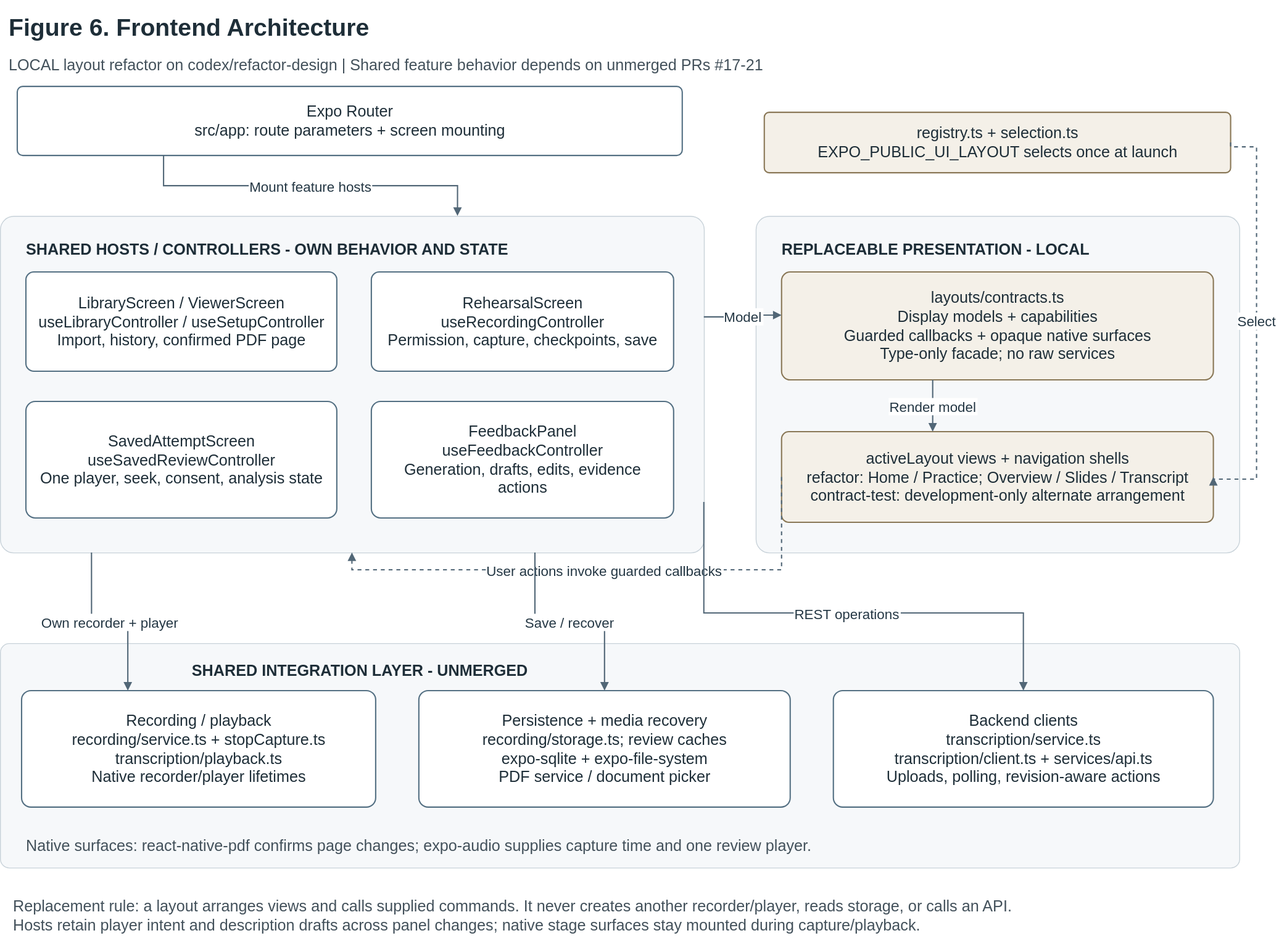
This is assets/outloud-design/figure-6-frontend.svg from snuhcs-course/swpp-2026-project-team-07, a draw.io export, as it was before one commit. Source tidied: cells renumbered, new cells last; positions are measured from the earlier drawing's top-left corner, leaving out a move shared by most shapes. Its diagram source:
```xml
<mxGraphModel>
  <root>
    <mxCell id="0" />
    <mxCell id="1" parent="0" />
    <mxCell id="2" value="Figure 6. Frontend Architecture" style="html=0;whiteSpace=wrap;fontFamily=Arial;fontSize=18;fontColor=#1e2e38;spacing=10;text;strokeColor=none;fillColor=none;align=left;fontStyle=1;fontSize=28;" parent="1" vertex="1">
      <mxGeometry width="1300" height="45" as="geometry" />
    </mxCell>
    <mxCell id="3" value="LOCAL layout refactor on codex/refactor-design | Shared feature behavior depends on unmerged PRs #17-21" style="html=0;whiteSpace=wrap;fontFamily=Arial;fontSize=18;fontColor=#1e2e38;spacing=10;text;strokeColor=none;fillColor=none;align=left;verticalAlign=top;fontColor=#43515b;" parent="1" vertex="1">
      <mxGeometry y="50" width="1440" height="35" as="geometry" />
    </mxCell>
    <mxCell id="4" value="Expo Router&#10;src/app: route parameters + screen mounting" style="html=0;whiteSpace=wrap;fontFamily=Arial;fontSize=18;fontColor=#1e2e38;spacing=10;rounded=1;arcSize=8;fillColor=#ffffff;strokeColor=#547083;strokeWidth=1.5;" parent="1" vertex="1">
      <mxGeometry x="20" y="100" width="770" height="80" as="geometry" />
    </mxCell>
    <mxCell id="5" value="SHARED HOSTS / CONTROLLERS - OWN BEHAVIOR AND STATE" style="html=0;whiteSpace=wrap;fontFamily=Arial;fontSize=18;fontColor=#1e2e38;spacing=10;rounded=1;arcSize=4;fillColor=#f6f8fa;strokeColor=#c8d2d9;strokeWidth=1;verticalAlign=top;align=left;spacingLeft=20;spacingTop=14;fontStyle=1;" parent="1" vertex="1">
      <mxGeometry y="250" width="815" height="390" as="geometry" />
    </mxCell>
    <mxCell id="6" value="LibraryScreen / ViewerScreen&#10;useLibraryController / useSetupController&#10;Import, history, confirmed PDF page" style="html=0;whiteSpace=wrap;fontFamily=Arial;fontSize=18;fontColor=#1e2e38;spacing=10;rounded=1;arcSize=8;fillColor=#ffffff;strokeColor=#547083;strokeWidth=1.5;" parent="1" vertex="1">
      <mxGeometry x="30" y="315" width="360" height="115" as="geometry" />
    </mxCell>
    <mxCell id="7" value="RehearsalScreen&#10;useRecordingController&#10;Permission, capture, checkpoints, save" style="html=0;whiteSpace=wrap;fontFamily=Arial;fontSize=18;fontColor=#1e2e38;spacing=10;rounded=1;arcSize=8;fillColor=#ffffff;strokeColor=#547083;strokeWidth=1.5;" parent="1" vertex="1">
      <mxGeometry x="430" y="315" width="350" height="115" as="geometry" />
    </mxCell>
    <mxCell id="8" value="SavedAttemptScreen&#10;useSavedReviewController&#10;One player, seek, consent, analysis state" style="html=0;whiteSpace=wrap;fontFamily=Arial;fontSize=18;fontColor=#1e2e38;spacing=10;rounded=1;arcSize=8;fillColor=#ffffff;strokeColor=#547083;strokeWidth=1.5;" parent="1" vertex="1">
      <mxGeometry x="30" y="465" width="360" height="135" as="geometry" />
    </mxCell>
    <mxCell id="9" value="FeedbackPanel&#10;useFeedbackController&#10;Generation, drafts, edits, evidence actions" style="html=0;whiteSpace=wrap;fontFamily=Arial;fontSize=18;fontColor=#1e2e38;spacing=10;rounded=1;arcSize=8;fillColor=#ffffff;strokeColor=#547083;strokeWidth=1.5;" parent="1" vertex="1">
      <mxGeometry x="430" y="465" width="350" height="135" as="geometry" />
    </mxCell>
    <mxCell id="10" value="REPLACEABLE PRESENTATION - LOCAL" style="html=0;whiteSpace=wrap;fontFamily=Arial;fontSize=18;fontColor=#1e2e38;spacing=10;rounded=1;arcSize=4;fillColor=#f6f8fa;strokeColor=#c8d2d9;strokeWidth=1;verticalAlign=top;align=left;spacingLeft=20;spacingTop=14;fontStyle=1;" parent="1" vertex="1">
      <mxGeometry x="875" y="250" width="560" height="390" as="geometry" />
    </mxCell>
    <mxCell id="11" value="layouts/contracts.ts&#10;Display models + capabilities&#10;Guarded callbacks + opaque native surfaces&#10;Type-only facade; no raw services" style="html=0;whiteSpace=wrap;fontFamily=Arial;fontSize=18;fontColor=#1e2e38;spacing=10;rounded=1;arcSize=8;fillColor=#f4f0e8;strokeColor=#8a7857;strokeWidth=1.5;" parent="1" vertex="1">
      <mxGeometry x="905" y="315" width="500" height="125" as="geometry" />
    </mxCell>
    <mxCell id="12" value="activeLayout views + navigation shells&#10;refactor: Home / Practice; Overview / Slides / Transcript&#10;contract-test: development-only alternate arrangement" style="html=0;whiteSpace=wrap;fontFamily=Arial;fontSize=18;fontColor=#1e2e38;spacing=10;rounded=1;arcSize=8;fillColor=#f4f0e8;strokeColor=#8a7857;strokeWidth=1.5;" parent="1" vertex="1">
      <mxGeometry x="905" y="500" width="500" height="105" as="geometry" />
    </mxCell>
    <mxCell id="13" value="registry.ts + selection.ts&#10;EXPO_PUBLIC_UI_LAYOUT selects once at launch" style="html=0;whiteSpace=wrap;fontFamily=Arial;fontSize=18;fontColor=#1e2e38;spacing=10;rounded=1;arcSize=8;fillColor=#f4f0e8;strokeColor=#8a7857;strokeWidth=1.5;" parent="1" vertex="1">
      <mxGeometry x="885" y="130" width="540" height="70" as="geometry" />
    </mxCell>
    <mxCell id="14" style="html=0;whiteSpace=wrap;fontFamily=Arial;fontSize=18;fontColor=#1e2e38;spacing=10;rounded=1;arcSize=4;fillColor=#f6f8fa;strokeColor=#c8d2d9;strokeWidth=1;verticalAlign=top;align=left;spacingLeft=20;spacingTop=14;fontStyle=1;" parent="1" vertex="1">
      <mxGeometry y="745" width="1435" height="260" as="geometry" />
    </mxCell>
    <mxCell id="15" value="Recording / playback&#10;recording/service.ts + stopCapture.ts&#10;transcription/playback.ts&#10;Native recorder/player lifetimes" style="html=0;whiteSpace=wrap;fontFamily=Arial;fontSize=18;fontColor=#1e2e38;spacing=10;rounded=1;arcSize=8;fillColor=#ffffff;strokeColor=#547083;strokeWidth=1.5;" parent="1" vertex="1">
      <mxGeometry x="25" y="800" width="410" height="135" as="geometry" />
    </mxCell>
    <mxCell id="16" value="Persistence + media recovery&#10;recording/storage.ts; review caches&#10;expo-sqlite + expo-file-system&#10;PDF service / document picker" style="html=0;whiteSpace=wrap;fontFamily=Arial;fontSize=18;fontColor=#1e2e38;spacing=10;rounded=1;arcSize=8;fillColor=#ffffff;strokeColor=#547083;strokeWidth=1.5;" parent="1" vertex="1">
      <mxGeometry x="485" y="800" width="430" height="135" as="geometry" />
    </mxCell>
    <mxCell id="17" value="Backend clients&#10;transcription/service.ts&#10;transcription/client.ts + services/api.ts&#10;Uploads, polling, revision-aware actions" style="html=0;whiteSpace=wrap;fontFamily=Arial;fontSize=18;fontColor=#1e2e38;spacing=10;rounded=1;arcSize=8;fillColor=#ffffff;strokeColor=#547083;strokeWidth=1.5;" parent="1" vertex="1">
      <mxGeometry x="965" y="800" width="440" height="135" as="geometry" />
    </mxCell>
    <mxCell id="18" value="Native surfaces: react-native-pdf confirms page changes; expo-audio supplies capture time and one review player." style="html=0;whiteSpace=wrap;fontFamily=Arial;fontSize=18;fontColor=#1e2e38;spacing=10;text;strokeColor=none;fillColor=none;align=left;verticalAlign=top;fontColor=#43515b;" parent="1" vertex="1">
      <mxGeometry x="20" y="955" width="1370" height="35" as="geometry" />
    </mxCell>
    <mxCell id="19" value="Mount feature hosts" style="edgeStyle=orthogonalEdgeStyle;rounded=0;jettySize=auto;html=0;endArrow=block;endFill=1;strokeColor=#526777;strokeWidth=1.5;fontFamily=Arial;fontSize=16;fontColor=#243744;labelBackgroundColor=#ffffff;entryX=0.65;entryY=0;entryDx=0;entryDy=0;exitX=0.22;exitY=1;exitDx=0;exitDy=0;" parent="1" edge="1" source="4" target="5">
      <mxGeometry relative="1" as="geometry" />
    </mxCell>
    <mxCell id="20" value="Select" style="edgeStyle=orthogonalEdgeStyle;rounded=0;jettySize=auto;html=0;endArrow=block;endFill=1;strokeColor=#526777;strokeWidth=1.5;fontFamily=Arial;fontSize=16;fontColor=#243744;labelBackgroundColor=#ffffff;entryX=1;entryY=0.5;entryDx=0;entryDy=0;exitX=1;exitY=0.5;exitDx=0;exitDy=0;dashed=1;" parent="1" edge="1" source="13" target="12">
      <mxGeometry relative="1" as="geometry">
        <Array as="points">
          <mxPoint x="1455" y="170" />
          <mxPoint x="1455" y="555" />
        </Array>
      </mxGeometry>
    </mxCell>
    <mxCell id="21" value="Model" style="edgeStyle=orthogonalEdgeStyle;rounded=0;jettySize=auto;html=0;endArrow=block;endFill=1;strokeColor=#526777;strokeWidth=1.5;fontFamily=Arial;fontSize=16;fontColor=#243744;labelBackgroundColor=#ffffff;entryX=0;entryY=0.4;entryDx=0;entryDy=0;exitX=1;exitY=0.3;exitDx=0;exitDy=0;" parent="1" edge="1" source="5" target="11">
      <mxGeometry relative="1" as="geometry" />
    </mxCell>
    <mxCell id="22" value="Render model" style="edgeStyle=orthogonalEdgeStyle;rounded=0;jettySize=auto;html=0;endArrow=block;endFill=1;strokeColor=#526777;strokeWidth=1.5;fontFamily=Arial;fontSize=16;fontColor=#243744;labelBackgroundColor=#ffffff;entryX=0.35;entryY=0;entryDx=0;entryDy=0;exitX=0.35;exitY=1;exitDx=0;exitDy=0;" parent="1" edge="1" source="11" target="12">
      <mxGeometry relative="1" as="geometry" />
    </mxCell>
    <mxCell id="23" value="User actions invoke guarded callbacks" style="edgeStyle=orthogonalEdgeStyle;rounded=0;jettySize=auto;html=0;endArrow=block;endFill=1;strokeColor=#526777;strokeWidth=1.5;fontFamily=Arial;fontSize=16;fontColor=#243744;labelBackgroundColor=#ffffff;entryX=0.5;entryY=1;entryDx=0;entryDy=0;exitX=0;exitY=0.5;exitDx=0;exitDy=0;dashed=1;" parent="1" edge="1" source="12" target="5">
      <mxGeometry relative="1" as="geometry">
        <Array as="points">
          <mxPoint x="845" y="660" />
          <mxPoint x="395" y="660" />
        </Array>
      </mxGeometry>
    </mxCell>
    <mxCell id="24" value="Own recorder + player" style="edgeStyle=orthogonalEdgeStyle;rounded=0;jettySize=auto;html=0;endArrow=block;endFill=1;strokeColor=#526777;strokeWidth=1.5;fontFamily=Arial;fontSize=16;fontColor=#243744;labelBackgroundColor=#ffffff;entryX=0.3;entryY=0;entryDx=0;entryDy=0;exitX=0.13;exitY=1;exitDx=0;exitDy=0;" parent="1" edge="1" source="5" target="15">
      <mxGeometry relative="1" as="geometry" />
    </mxCell>
    <mxCell id="25" value="Save / recover" style="edgeStyle=orthogonalEdgeStyle;rounded=0;jettySize=auto;html=0;endArrow=block;endFill=1;strokeColor=#526777;strokeWidth=1.5;fontFamily=Arial;fontSize=16;fontColor=#243744;labelBackgroundColor=#ffffff;entryX=0.5;entryY=0;entryDx=0;entryDy=0;exitX=0.76;exitY=1;exitDx=0;exitDy=0;" parent="1" edge="1" source="5" target="16">
      <mxGeometry relative="1" as="geometry" />
    </mxCell>
    <mxCell id="26" value="REST operations" style="edgeStyle=orthogonalEdgeStyle;rounded=0;jettySize=auto;html=0;endArrow=block;endFill=1;strokeColor=#526777;strokeWidth=1.5;fontFamily=Arial;fontSize=16;fontColor=#243744;labelBackgroundColor=#ffffff;entryX=0.5;entryY=0;entryDx=0;entryDy=0;exitX=1;exitY=0.85;exitDx=0;exitDy=0;" parent="1" edge="1" source="5" target="17">
      <mxGeometry relative="1" as="geometry">
        <Array as="points">
          <mxPoint x="835" y="710" />
          <mxPoint x="1180" y="710" />
        </Array>
      </mxGeometry>
    </mxCell>
    <mxCell id="27" value="Replacement rule: a layout arranges views and calls supplied commands. It never creates another recorder/player, reads storage, or calls an API.&#10;Hosts retain player intent and description drafts across panel changes; native stage surfaces stay mounted during capture/playback." style="html=0;whiteSpace=wrap;fontFamily=Arial;fontSize=18;fontColor=#1e2e38;spacing=10;text;strokeColor=none;fillColor=none;align=left;verticalAlign=top;fontColor=#43515b;" parent="1" vertex="1">
      <mxGeometry x="5" y="1025" width="1430" height="65" as="geometry" />
    </mxCell>
    <mxCell id="28" value="SHARED INTEGRATION LAYER - UNMERGED" style="html=0;whiteSpace=wrap;fontFamily=Arial;fontSize=18;fontColor=#1e2e38;fontStyle=1;align=left;text;strokeColor=none;fillColor=none;" parent="1" vertex="1">
      <mxGeometry x="220" y="760" width="430" height="32" as="geometry" />
    </mxCell>
  </root>
</mxGraphModel>
```
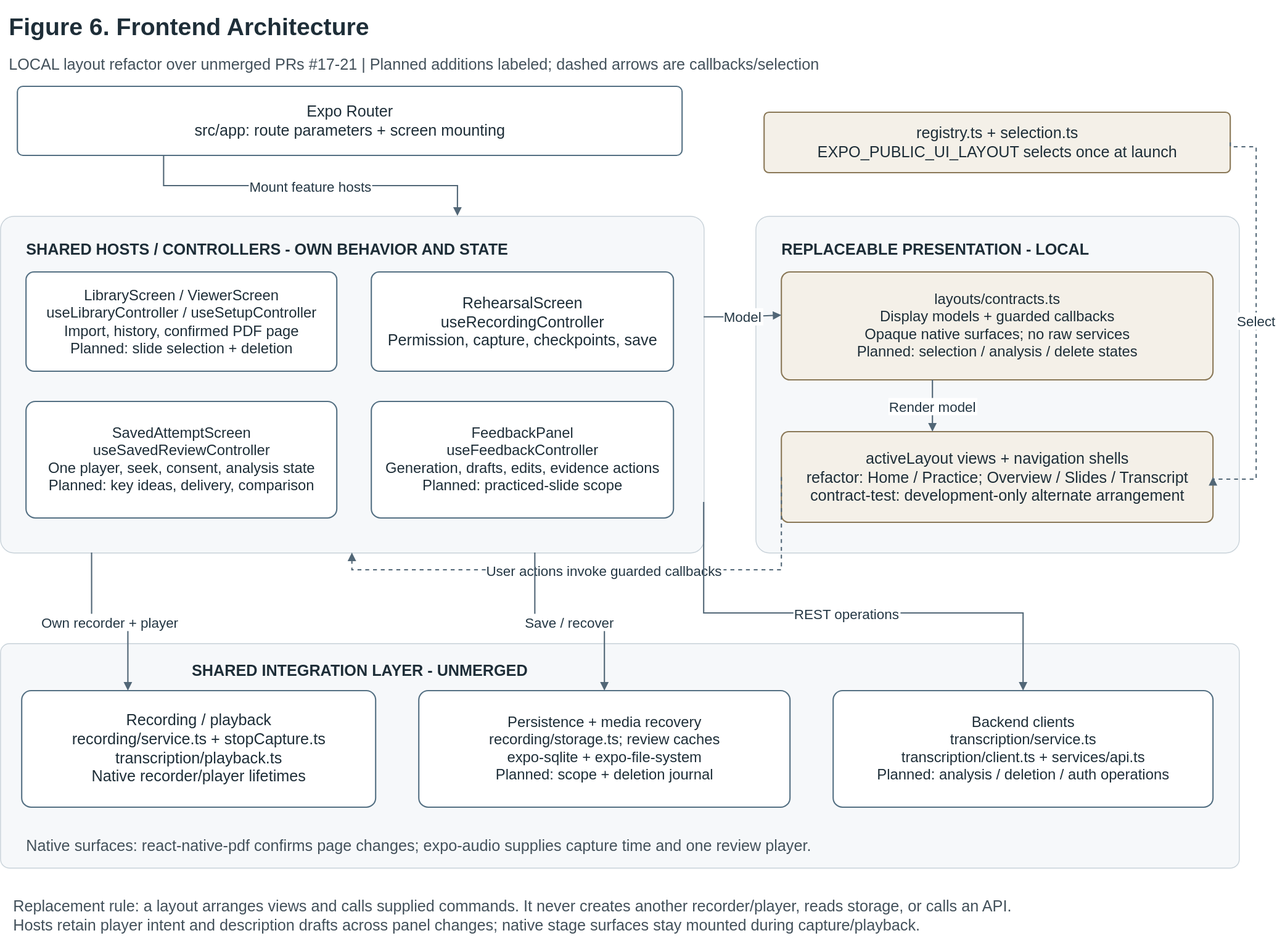
After the change.

The edit, as a diff of the source:
```diff
@@ -1,11 +1,11 @@
-<mxGraphModel>
+<mxGraphModel background="#ffffff">
   <root>
     <mxCell id="0" />
     <mxCell id="1" parent="0" />
     <mxCell id="2" value="Figure 6. Frontend Architecture" style="html=0;whiteSpace=wrap;fontFamily=Arial;fontSize=18;fontColor=#1e2e38;spacing=10;text;strokeColor=none;fillColor=none;align=left;fontStyle=1;fontSize=28;" parent="1" vertex="1">
       <mxGeometry width="1300" height="45" as="geometry" />
     </mxCell>
-    <mxCell id="3" value="LOCAL layout refactor on codex/refactor-design | Shared feature behavior depends on unmerged PRs #17-21" style="html=0;whiteSpace=wrap;fontFamily=Arial;fontSize=18;fontColor=#1e2e38;spacing=10;text;strokeColor=none;fillColor=none;align=left;verticalAlign=top;fontColor=#43515b;" parent="1" vertex="1">
+    <mxCell id="3" value="LOCAL layout refactor over unmerged PRs #17-21 | Planned additions labeled; dashed arrows are callbacks/selection" style="html=0;whiteSpace=wrap;fontFamily=Arial;fontSize=18;fontColor=#1e2e38;spacing=10;text;strokeColor=none;fillColor=none;align=left;verticalAlign=top;fontColor=#43515b;" parent="1" vertex="1">
       <mxGeometry y="50" width="1440" height="35" as="geometry" />
     </mxCell>
     <mxCell id="4" value="Expo Router&#10;src/app: route parameters + screen mounting" style="html=0;whiteSpace=wrap;fontFamily=Arial;fontSize=18;fontColor=#1e2e38;spacing=10;rounded=1;arcSize=8;fillColor=#ffffff;strokeColor=#547083;strokeWidth=1.5;" parent="1" vertex="1">
@@ -14,22 +14,22 @@
     <mxCell id="5" value="SHARED HOSTS / CONTROLLERS - OWN BEHAVIOR AND STATE" style="html=0;whiteSpace=wrap;fontFamily=Arial;fontSize=18;fontColor=#1e2e38;spacing=10;rounded=1;arcSize=4;fillColor=#f6f8fa;strokeColor=#c8d2d9;strokeWidth=1;verticalAlign=top;align=left;spacingLeft=20;spacingTop=14;fontStyle=1;" parent="1" vertex="1">
       <mxGeometry y="250" width="815" height="390" as="geometry" />
     </mxCell>
-    <mxCell id="6" value="LibraryScreen / ViewerScreen&#10;useLibraryController / useSetupController&#10;Import, history, confirmed PDF page" style="html=0;whiteSpace=wrap;fontFamily=Arial;fontSize=18;fontColor=#1e2e38;spacing=10;rounded=1;arcSize=8;fillColor=#ffffff;strokeColor=#547083;strokeWidth=1.5;" parent="1" vertex="1">
+    <mxCell id="6" value="LibraryScreen / ViewerScreen&#10;useLibraryController / useSetupController&#10;Import, history, confirmed PDF page&#10;Planned: slide selection + deletion" style="html=0;whiteSpace=wrap;fontFamily=Arial;fontSize=18;fontColor=#1e2e38;spacing=10;rounded=1;arcSize=8;fillColor=#ffffff;strokeColor=#547083;strokeWidth=1.5;fontSize=17;" parent="1" vertex="1">
       <mxGeometry x="30" y="315" width="360" height="115" as="geometry" />
     </mxCell>
     <mxCell id="7" value="RehearsalScreen&#10;useRecordingController&#10;Permission, capture, checkpoints, save" style="html=0;whiteSpace=wrap;fontFamily=Arial;fontSize=18;fontColor=#1e2e38;spacing=10;rounded=1;arcSize=8;fillColor=#ffffff;strokeColor=#547083;strokeWidth=1.5;" parent="1" vertex="1">
       <mxGeometry x="430" y="315" width="350" height="115" as="geometry" />
     </mxCell>
-    <mxCell id="8" value="SavedAttemptScreen&#10;useSavedReviewController&#10;One player, seek, consent, analysis state" style="html=0;whiteSpace=wrap;fontFamily=Arial;fontSize=18;fontColor=#1e2e38;spacing=10;rounded=1;arcSize=8;fillColor=#ffffff;strokeColor=#547083;strokeWidth=1.5;" parent="1" vertex="1">
+    <mxCell id="8" value="SavedAttemptScreen&#10;useSavedReviewController&#10;One player, seek, consent, analysis state&#10;Planned: key ideas, delivery, comparison" style="html=0;whiteSpace=wrap;fontFamily=Arial;fontSize=18;fontColor=#1e2e38;spacing=10;rounded=1;arcSize=8;fillColor=#ffffff;strokeColor=#547083;strokeWidth=1.5;fontSize=17;" parent="1" vertex="1">
       <mxGeometry x="30" y="465" width="360" height="135" as="geometry" />
     </mxCell>
-    <mxCell id="9" value="FeedbackPanel&#10;useFeedbackController&#10;Generation, drafts, edits, evidence actions" style="html=0;whiteSpace=wrap;fontFamily=Arial;fontSize=18;fontColor=#1e2e38;spacing=10;rounded=1;arcSize=8;fillColor=#ffffff;strokeColor=#547083;strokeWidth=1.5;" parent="1" vertex="1">
+    <mxCell id="9" value="FeedbackPanel&#10;useFeedbackController&#10;Generation, drafts, edits, evidence actions&#10;Planned: practiced-slide scope" style="html=0;whiteSpace=wrap;fontFamily=Arial;fontSize=18;fontColor=#1e2e38;spacing=10;rounded=1;arcSize=8;fillColor=#ffffff;strokeColor=#547083;strokeWidth=1.5;fontSize=17;" parent="1" vertex="1">
       <mxGeometry x="430" y="465" width="350" height="135" as="geometry" />
     </mxCell>
     <mxCell id="10" value="REPLACEABLE PRESENTATION - LOCAL" style="html=0;whiteSpace=wrap;fontFamily=Arial;fontSize=18;fontColor=#1e2e38;spacing=10;rounded=1;arcSize=4;fillColor=#f6f8fa;strokeColor=#c8d2d9;strokeWidth=1;verticalAlign=top;align=left;spacingLeft=20;spacingTop=14;fontStyle=1;" parent="1" vertex="1">
       <mxGeometry x="875" y="250" width="560" height="390" as="geometry" />
     </mxCell>
-    <mxCell id="11" value="layouts/contracts.ts&#10;Display models + capabilities&#10;Guarded callbacks + opaque native surfaces&#10;Type-only facade; no raw services" style="html=0;whiteSpace=wrap;fontFamily=Arial;fontSize=18;fontColor=#1e2e38;spacing=10;rounded=1;arcSize=8;fillColor=#f4f0e8;strokeColor=#8a7857;strokeWidth=1.5;" parent="1" vertex="1">
+    <mxCell id="11" value="layouts/contracts.ts&#10;Display models + guarded callbacks&#10;Opaque native surfaces; no raw services&#10;Planned: selection / analysis / delete states" style="html=0;whiteSpace=wrap;fontFamily=Arial;fontSize=18;fontColor=#1e2e38;spacing=10;rounded=1;arcSize=8;fillColor=#f4f0e8;strokeColor=#8a7857;strokeWidth=1.5;fontSize=17;" parent="1" vertex="1">
       <mxGeometry x="905" y="315" width="500" height="125" as="geometry" />
     </mxCell>
     <mxCell id="12" value="activeLayout views + navigation shells&#10;refactor: Home / Practice; Overview / Slides / Transcript&#10;contract-test: development-only alternate arrangement" style="html=0;whiteSpace=wrap;fontFamily=Arial;fontSize=18;fontColor=#1e2e38;spacing=10;rounded=1;arcSize=8;fillColor=#f4f0e8;strokeColor=#8a7857;strokeWidth=1.5;" parent="1" vertex="1">
@@ -44,10 +44,10 @@
     <mxCell id="15" value="Recording / playback&#10;recording/service.ts + stopCapture.ts&#10;transcription/playback.ts&#10;Native recorder/player lifetimes" style="html=0;whiteSpace=wrap;fontFamily=Arial;fontSize=18;fontColor=#1e2e38;spacing=10;rounded=1;arcSize=8;fillColor=#ffffff;strokeColor=#547083;strokeWidth=1.5;" parent="1" vertex="1">
       <mxGeometry x="25" y="800" width="410" height="135" as="geometry" />
     </mxCell>
-    <mxCell id="16" value="Persistence + media recovery&#10;recording/storage.ts; review caches&#10;expo-sqlite + expo-file-system&#10;PDF service / document picker" style="html=0;whiteSpace=wrap;fontFamily=Arial;fontSize=18;fontColor=#1e2e38;spacing=10;rounded=1;arcSize=8;fillColor=#ffffff;strokeColor=#547083;strokeWidth=1.5;" parent="1" vertex="1">
+    <mxCell id="16" value="Persistence + media recovery&#10;recording/storage.ts; review caches&#10;expo-sqlite + expo-file-system&#10;Planned: scope + deletion journal" style="html=0;whiteSpace=wrap;fontFamily=Arial;fontSize=18;fontColor=#1e2e38;spacing=10;rounded=1;arcSize=8;fillColor=#ffffff;strokeColor=#547083;strokeWidth=1.5;fontSize=17;" parent="1" vertex="1">
       <mxGeometry x="485" y="800" width="430" height="135" as="geometry" />
     </mxCell>
-    <mxCell id="17" value="Backend clients&#10;transcription/service.ts&#10;transcription/client.ts + services/api.ts&#10;Uploads, polling, revision-aware actions" style="html=0;whiteSpace=wrap;fontFamily=Arial;fontSize=18;fontColor=#1e2e38;spacing=10;rounded=1;arcSize=8;fillColor=#ffffff;strokeColor=#547083;strokeWidth=1.5;" parent="1" vertex="1">
+    <mxCell id="17" value="Backend clients&#10;transcription/service.ts&#10;transcription/client.ts + services/api.ts&#10;Planned: analysis / deletion / auth operations" style="html=0;whiteSpace=wrap;fontFamily=Arial;fontSize=18;fontColor=#1e2e38;spacing=10;rounded=1;arcSize=8;fillColor=#ffffff;strokeColor=#547083;strokeWidth=1.5;fontSize=17;" parent="1" vertex="1">
       <mxGeometry x="965" y="800" width="440" height="135" as="geometry" />
     </mxCell>
     <mxCell id="18" value="Native surfaces: react-native-pdf confirms page changes; expo-audio supplies capture time and one review player." style="html=0;whiteSpace=wrap;fontFamily=Arial;fontSize=18;fontColor=#1e2e38;spacing=10;text;strokeColor=none;fillColor=none;align=left;verticalAlign=top;fontColor=#43515b;" parent="1" vertex="1">
```
